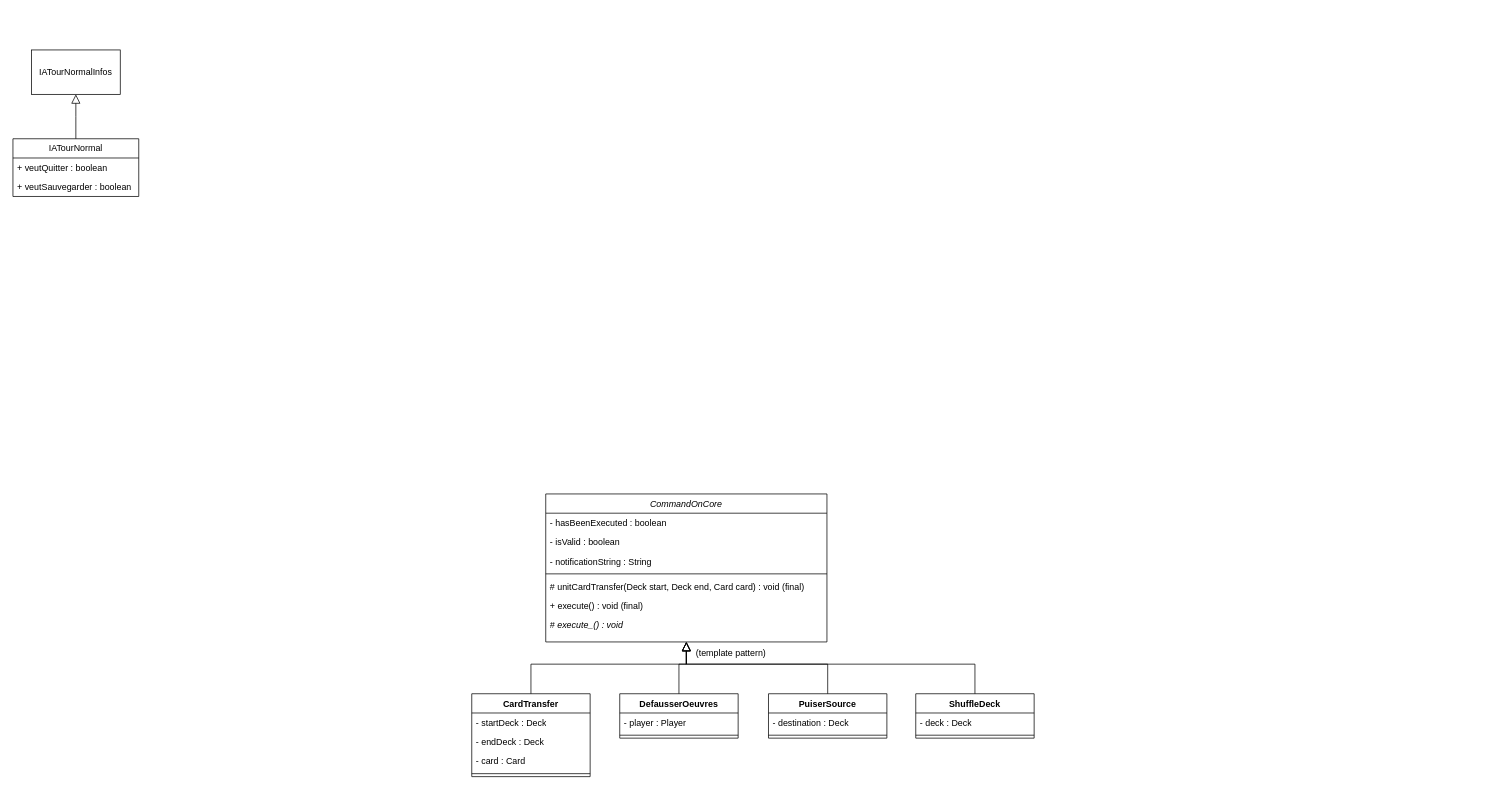
Earlier version of the draw.io diagram Diagramme de classes Controller.drawio (Riuza-c-137/diagrams.net-default_repo). Source tidied: cells renumbered, new cells numbered last; positions are measured from the earlier drawing's top-left corner, leaving out a move shared by most shapes. Both pictures are drawn from the tidied source at 74%, with x=0, y=0 at pixel (13, 50).
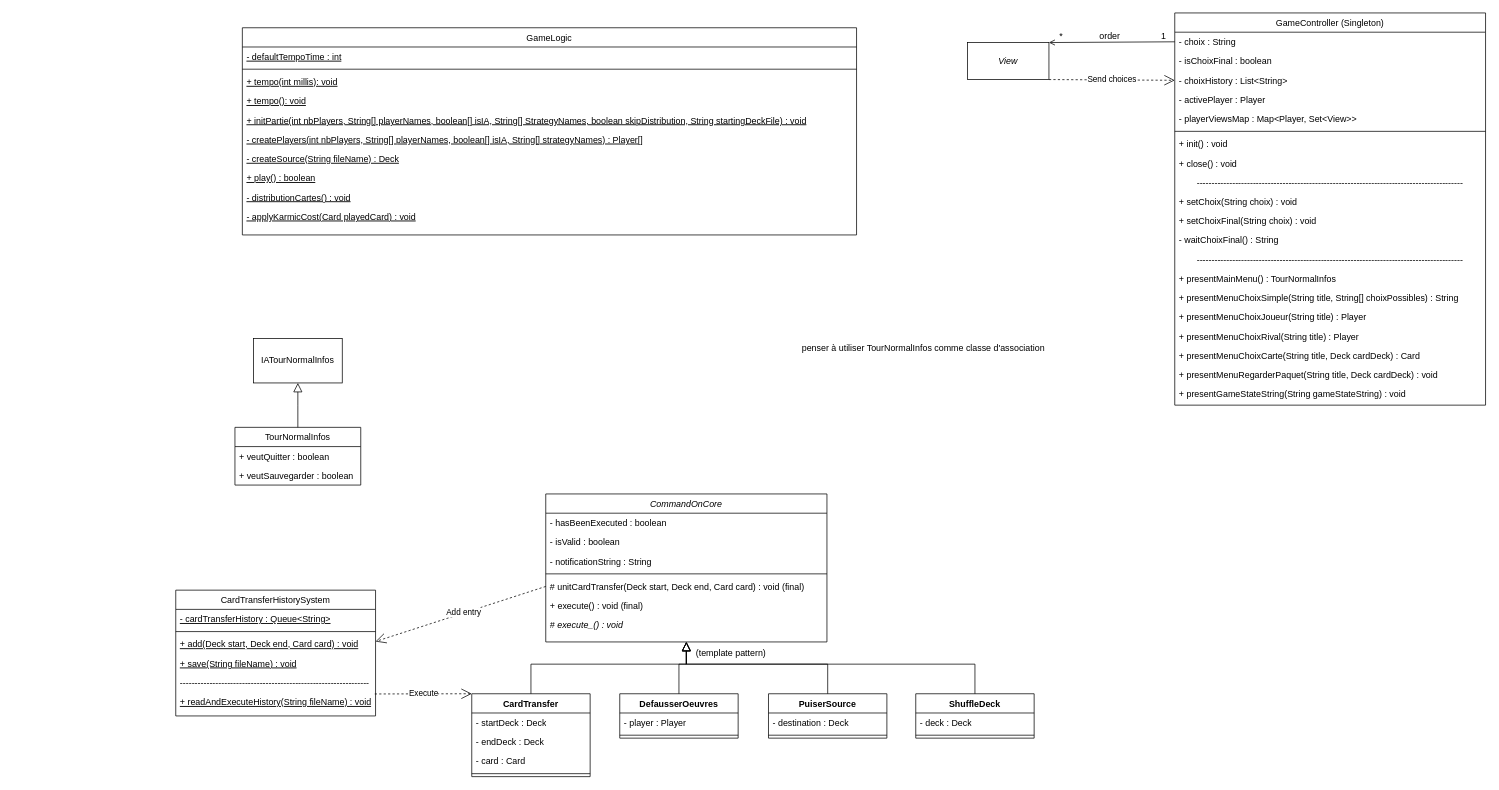
Above is the later version.

Commit message (it also covers changes not shown here):
Mettre à jour Diagramme de classes Controller.drawio

The change refers to these unchanged cells:
```xml
<mxCell id="12" value="# unitCardTransfer(Deck start, Deck end, Card card) : void (final)" style="text;align=left;verticalAlign=top;spacingLeft=4;spacingRight=4;overflow=hidden;points=[[0,0.5],[1,0.5]];portConstraint=eastwest;rounded=0;shadow=0;html=0;" parent="7" vertex="1">
  <mxGeometry y="112" width="380" height="26" as="geometry" />
</mxCell>
<mxCell id="15" value="CardTransfer" style="swimlane;fontStyle=1;align=center;verticalAlign=top;horizontal=1;startSize=26;whiteSpace=wrap;html=1;" parent="1" vertex="1">
  <mxGeometry x="620" y="870" width="160" height="112" as="geometry" />
</mxCell>
```

Change to the diagram source:
```diff
@@
-    <mxCell id="2" value="IATourNormal" style="swimlane;fontStyle=0;horizontal=1;startSize=26;fillColor=none;whiteSpace=wrap;html=1;" parent="1" vertex="1">
-      <mxGeometry y="120" width="170" height="78" as="geometry" />
+    <mxCell id="2" value="TourNormalInfos" style="swimlane;fontStyle=0;horizontal=1;startSize=26;fillColor=none;whiteSpace=wrap;html=1;" parent="1" vertex="1">
+      <mxGeometry x="300" y="510" width="170" height="78" as="geometry" />
     </mxCell>
@@
     <mxCell id="5" value="IATourNormalInfos" style="rounded=0;whiteSpace=wrap;html=1;" parent="1" vertex="1">
-      <mxGeometry x="25" width="120" height="60" as="geometry" />
+      <mxGeometry x="325" y="390" width="120" height="60" as="geometry" />
     </mxCell>
@@
+    <mxCell id="34" value="CardTransferHistorySystem" style="swimlane;fontStyle=0;align=center;verticalAlign=top;horizontal=1;startSize=26;rounded=0;shadow=0;strokeWidth=1;" parent="1" vertex="1">
+      <mxGeometry x="220" y="730" width="270" height="170" as="geometry" />
+    </mxCell>
+    <mxCell id="35" value="- cardTransferHistory : Queue&lt;String&gt;" style="text;align=left;verticalAlign=top;spacingLeft=4;spacingRight=4;overflow=hidden;fontStyle=4;" parent="34" vertex="1">
+      <mxGeometry y="26" width="270" height="26" as="geometry" />
+    </mxCell>
+    <mxCell id="36" style="line;html=1;strokeWidth=1;align=left;verticalAlign=middle;spacingTop=-1;spacingLeft=3;spacingRight=3;labelPosition=right;" parent="34" vertex="1">
+      <mxGeometry y="52" width="270" height="8" as="geometry" />
+    </mxCell>
+    <mxCell id="37" value="+ add(Deck start, Deck end, Card card) : void" style="text;align=left;verticalAlign=top;spacingLeft=4;spacingRight=4;overflow=hidden;fontStyle=4;" parent="34" vertex="1">
+      <mxGeometry y="60" width="270" height="26" as="geometry" />
+    </mxCell>
+    <mxCell id="38" value="+ save(String fileName) : void" style="text;align=left;verticalAlign=top;spacingLeft=4;spacingRight=4;overflow=hidden;fontStyle=4;" parent="34" vertex="1">
+      <mxGeometry y="86" width="270" height="26" as="geometry" />
+    </mxCell>
+    <mxCell id="39" value="----------------------------------------------------------------" style="text;align=left;verticalAlign=top;spacingLeft=4;spacingRight=4;overflow=hidden;fontStyle=0;" parent="34" vertex="1">
+      <mxGeometry y="112" width="270" height="26" as="geometry" />
+    </mxCell>
+    <mxCell id="40" value="+ readAndExecuteHistory(String fileName) : void" style="text;align=left;verticalAlign=top;spacingLeft=4;spacingRight=4;overflow=hidden;points=[[0,0.5],[1,0.5]];portConstraint=eastwest;fontStyle=4;" parent="34" vertex="1">
+      <mxGeometry y="138" width="270" height="26" as="geometry" />
+    </mxCell>
+    <mxCell id="41" value="Execute" style="endArrow=open;endSize=12;dashed=1;html=1;rounded=0;exitX=0.996;exitY=0.088;exitDx=0;exitDy=0;entryX=0;entryY=0;entryDx=0;entryDy=0;exitPerimeter=0;" parent="1" edge="1" source="40" target="15">
+      <mxGeometry relative="1" as="geometry" />
+    </mxCell>
+    <mxCell id="42" value="Add entry" style="endArrow=open;endSize=12;dashed=1;html=1;rounded=0;entryX=1;entryY=0.5;entryDx=0;entryDy=0;exitX=0;exitY=0.5;exitDx=0;exitDy=0;" parent="1" edge="1" source="12">
+      <mxGeometry x="-0.04" y="-1" relative="1" as="geometry">
+        <mxPoint x="490" y="799.4" as="targetPoint" />
+      </mxGeometry>
+    </mxCell>
+    <mxCell id="43" value="GameController (Singleton)&#10;" style="swimlane;fontStyle=0;align=center;verticalAlign=top;horizontal=1;startSize=26;rounded=0;shadow=0;strokeWidth=1;" parent="1" vertex="1">
+      <mxGeometry x="1570" y="-50" width="420" height="530" as="geometry" />
+    </mxCell>
+    <mxCell id="44" value="- choix : String" style="text;align=left;verticalAlign=top;spacingLeft=4;spacingRight=4;overflow=hidden;points=[[0,0.5],[1,0.5]];portConstraint=eastwest;" parent="43" vertex="1">
+      <mxGeometry y="26" width="420" height="26" as="geometry" />
+    </mxCell>
+    <mxCell id="45" value="- isChoixFinal : boolean" style="text;align=left;verticalAlign=top;spacingLeft=4;spacingRight=4;overflow=hidden;" parent="43" vertex="1">
+      <mxGeometry y="52" width="420" height="26" as="geometry" />
+    </mxCell>
+    <mxCell id="46" value="- choixHistory : List&lt;String&gt;" style="text;align=left;verticalAlign=top;spacingLeft=4;spacingRight=4;overflow=hidden;points=[[0,0.5],[1,0.5]];portConstraint=eastwest;" parent="43" vertex="1">
+      <mxGeometry y="78" width="420" height="26" as="geometry" />
+    </mxCell>
+    <mxCell id="47" value="- activePlayer : Player" style="text;align=left;verticalAlign=top;spacingLeft=4;spacingRight=4;overflow=hidden;" parent="43" vertex="1">
+      <mxGeometry y="104" width="420" height="26" as="geometry" />
+    </mxCell>
+    <mxCell id="48" value="- playerViewsMap : Map&lt;Player, Set&lt;View&gt;&gt; " style="text;align=left;verticalAlign=top;spacingLeft=4;spacingRight=4;overflow=hidden;" parent="43" vertex="1">
+      <mxGeometry y="130" width="420" height="26" as="geometry" />
+    </mxCell>
+    <mxCell id="49" style="line;html=1;strokeWidth=1;align=left;verticalAlign=middle;spacingTop=-1;spacingLeft=3;spacingRight=3;labelPosition=right;" parent="43" vertex="1">
+      <mxGeometry y="156" width="420" height="8" as="geometry" />
+    </mxCell>
+    <mxCell id="50" value="+ init() : void" style="text;align=left;verticalAlign=top;spacingLeft=4;spacingRight=4;overflow=hidden;rounded=0;shadow=0;html=0;" parent="43" vertex="1">
+      <mxGeometry y="164" width="420" height="26" as="geometry" />
+    </mxCell>
+    <mxCell id="51" value="+ close() : void" style="text;align=left;verticalAlign=top;spacingLeft=4;spacingRight=4;overflow=hidden;rounded=0;shadow=0;html=0;" parent="43" vertex="1">
+      <mxGeometry y="190" width="420" height="26" as="geometry" />
+    </mxCell>
+    <mxCell id="52" value="------------------------------------------------------------------------------------------" style="text;align=center;verticalAlign=top;spacingLeft=4;spacingRight=4;overflow=hidden;rounded=0;shadow=0;html=0;" parent="43" vertex="1">
+      <mxGeometry y="216" width="420" height="26" as="geometry" />
+    </mxCell>
+    <mxCell id="53" value="+ setChoix(String choix) : void" style="text;align=left;verticalAlign=top;spacingLeft=4;spacingRight=4;overflow=hidden;rounded=0;shadow=0;html=0;" parent="43" vertex="1">
+      <mxGeometry y="242" width="420" height="26" as="geometry" />
+    </mxCell>
+    <mxCell id="54" value="+ setChoixFinal(String choix) : void" style="text;align=left;verticalAlign=top;spacingLeft=4;spacingRight=4;overflow=hidden;rounded=0;shadow=0;html=0;" parent="43" vertex="1">
+      <mxGeometry y="268" width="420" height="26" as="geometry" />
+    </mxCell>
+    <mxCell id="55" value="- waitChoixFinal() : String" style="text;align=left;verticalAlign=top;spacingLeft=4;spacingRight=4;overflow=hidden;rounded=0;shadow=0;html=0;" parent="43" vertex="1">
+      <mxGeometry y="294" width="420" height="26" as="geometry" />
+    </mxCell>
+    <mxCell id="56" value="------------------------------------------------------------------------------------------" style="text;align=center;verticalAlign=top;spacingLeft=4;spacingRight=4;overflow=hidden;rounded=0;shadow=0;html=0;" parent="43" vertex="1">
+      <mxGeometry y="320" width="420" height="26" as="geometry" />
+    </mxCell>
+    <mxCell id="57" value="+ presentMainMenu() : TourNormalInfos" style="text;align=left;verticalAlign=top;spacingLeft=4;spacingRight=4;overflow=hidden;rounded=0;shadow=0;html=0;" parent="43" vertex="1">
+      <mxGeometry y="346" width="420" height="26" as="geometry" />
+    </mxCell>
+    <mxCell id="58" value="+ presentMenuChoixSimple(String title, String[] choixPossibles) : String" style="text;align=left;verticalAlign=top;spacingLeft=4;spacingRight=4;overflow=hidden;rounded=0;shadow=0;html=0;" parent="43" vertex="1">
+      <mxGeometry y="372" width="420" height="26" as="geometry" />
+    </mxCell>
+    <mxCell id="59" value="+ presentMenuChoixJoueur(String title) : Player" style="text;align=left;verticalAlign=top;spacingLeft=4;spacingRight=4;overflow=hidden;rounded=0;shadow=0;html=0;" parent="43" vertex="1">
+      <mxGeometry y="398" width="420" height="26" as="geometry" />
+    </mxCell>
+    <mxCell id="60" value="+ presentMenuChoixRival(String title) : Player" style="text;align=left;verticalAlign=top;spacingLeft=4;spacingRight=4;overflow=hidden;rounded=0;shadow=0;html=0;" parent="43" vertex="1">
+      <mxGeometry y="424" width="420" height="26" as="geometry" />
+    </mxCell>
+    <mxCell id="61" value="+ presentMenuChoixCarte(String title, Deck cardDeck) : Card" style="text;align=left;verticalAlign=top;spacingLeft=4;spacingRight=4;overflow=hidden;rounded=0;shadow=0;html=0;" parent="43" vertex="1">
+      <mxGeometry y="450" width="420" height="26" as="geometry" />
+    </mxCell>
+    <mxCell id="62" value="+ presentMenuRegarderPaquet(String title, Deck cardDeck) : void" style="text;align=left;verticalAlign=top;spacingLeft=4;spacingRight=4;overflow=hidden;rounded=0;shadow=0;html=0;" parent="43" vertex="1">
+      <mxGeometry y="476" width="420" height="26" as="geometry" />
+    </mxCell>
+    <mxCell id="63" value="+ presentGameStateString(String gameStateString) : void" style="text;align=left;verticalAlign=top;spacingLeft=4;spacingRight=4;overflow=hidden;rounded=0;shadow=0;html=0;" parent="43" vertex="1">
+      <mxGeometry y="502" width="420" height="26" as="geometry" />
+    </mxCell>
+    <mxCell id="64" value="&lt;i&gt;View&lt;/i&gt;" style="html=1;whiteSpace=wrap;" parent="1" vertex="1">
+      <mxGeometry x="1290" y="-10" width="110" height="50" as="geometry" />
+    </mxCell>
+    <mxCell id="65" style="endArrow=open;shadow=0;strokeWidth=1;rounded=0;endFill=1;edgeStyle=elbowEdgeStyle;elbow=vertical;exitX=0;exitY=0.5;exitDx=0;exitDy=0;entryX=1;entryY=0;entryDx=0;entryDy=0;" parent="1" edge="1" source="44" target="64">
+      <mxGeometry x="0.5" y="41" relative="1" as="geometry">
+        <mxPoint x="-40" y="32" as="offset" />
+      </mxGeometry>
+    </mxCell>
+    <mxCell id="66" value="1" style="align=left;verticalAlign=bottom;labelBackgroundColor=none;fontSize=12;" parent="65" vertex="1">
+      <mxGeometry x="-1" relative="1" as="geometry">
+        <mxPoint x="-20" y="1" as="offset" />
+      </mxGeometry>
+    </mxCell>
+    <mxCell id="67" value="*" style="align=right;verticalAlign=bottom;labelBackgroundColor=none;fontSize=12;" parent="65" vertex="1">
+      <mxGeometry x="1" relative="1" as="geometry">
+        <mxPoint x="20" as="offset" />
+      </mxGeometry>
+    </mxCell>
+    <mxCell id="68" value="order" style="text;html=1;align=center;verticalAlign=middle;labelBackgroundColor=none;rounded=0;shadow=0;strokeWidth=1;fontSize=12;" parent="65" vertex="1">
+      <mxGeometry x="0.5" y="49" relative="1" as="geometry">
+        <mxPoint x="38" y="-58" as="offset" />
+      </mxGeometry>
+    </mxCell>
+    <mxCell id="69" value="Send choices" style="endArrow=open;endSize=12;dashed=1;html=1;rounded=0;exitX=1;exitY=1;exitDx=0;exitDy=0;entryX=0;entryY=0.5;entryDx=0;entryDy=0;" parent="1" edge="1" source="64" target="46">
+      <mxGeometry relative="1" as="geometry" />
+    </mxCell>
+    <mxCell id="70" value="GameLogic" style="swimlane;fontStyle=0;align=center;verticalAlign=top;horizontal=1;startSize=26;rounded=0;shadow=0;strokeWidth=1;" parent="1" vertex="1">
+      <mxGeometry x="310" y="-30" width="830" height="280" as="geometry" />
+    </mxCell>
+    <mxCell id="71" value="- defaultTempoTime : int" style="text;align=left;verticalAlign=top;spacingLeft=4;spacingRight=4;overflow=hidden;fontStyle=4;" parent="70" vertex="1">
+      <mxGeometry y="26" width="830" height="26" as="geometry" />
+    </mxCell>
+    <mxCell id="72" style="line;html=1;strokeWidth=1;align=left;verticalAlign=middle;spacingTop=-1;spacingLeft=3;spacingRight=3;labelPosition=right;" parent="70" vertex="1">
+      <mxGeometry y="52" width="830" height="8" as="geometry" />
+    </mxCell>
+    <mxCell id="73" value="+ tempo(int millis): void" style="text;align=left;verticalAlign=top;spacingLeft=4;spacingRight=4;overflow=hidden;fontStyle=4;" parent="70" vertex="1">
+      <mxGeometry y="60" width="830" height="26" as="geometry" />
+    </mxCell>
+    <mxCell id="74" value="+ tempo(): void" style="text;align=left;verticalAlign=top;spacingLeft=4;spacingRight=4;overflow=hidden;fontStyle=4;" parent="70" vertex="1">
+      <mxGeometry y="86" width="830" height="26" as="geometry" />
+    </mxCell>
+    <mxCell id="75" value="+ initPartie(int nbPlayers, String[] playerNames, boolean[] isIA, String[] StrategyNames, boolean skipDistribution, String startingDeckFile) : void" style="text;align=left;verticalAlign=top;spacingLeft=4;spacingRight=4;overflow=hidden;fontStyle=4;" parent="70" vertex="1">
+      <mxGeometry y="112" width="830" height="26" as="geometry" />
+    </mxCell>
+    <mxCell id="76" value="- createPlayers(int nbPlayers, String[] playerNames, boolean[] isIA, String[] strategyNames) : Player[]" style="text;align=left;verticalAlign=top;spacingLeft=4;spacingRight=4;overflow=hidden;fontStyle=4;" parent="70" vertex="1">
+      <mxGeometry y="138" width="830" height="26" as="geometry" />
+    </mxCell>
+    <mxCell id="77" value="- createSource(String fileName) : Deck" style="text;align=left;verticalAlign=top;spacingLeft=4;spacingRight=4;overflow=hidden;fontStyle=4;" parent="70" vertex="1">
+      <mxGeometry y="164" width="830" height="26" as="geometry" />
+    </mxCell>
+    <mxCell id="78" value="+ play() : boolean" style="text;align=left;verticalAlign=top;spacingLeft=4;spacingRight=4;overflow=hidden;fontStyle=4;" parent="70" vertex="1">
+      <mxGeometry y="190" width="830" height="26" as="geometry" />
+    </mxCell>
+    <mxCell id="79" value="- distributionCartes() : void" style="text;align=left;verticalAlign=top;spacingLeft=4;spacingRight=4;overflow=hidden;fontStyle=4;" parent="70" vertex="1">
+      <mxGeometry y="216" width="830" height="26" as="geometry" />
+    </mxCell>
+    <mxCell id="80" value="- applyKarmicCost(Card playedCard) : void" style="text;align=left;verticalAlign=top;spacingLeft=4;spacingRight=4;overflow=hidden;fontStyle=4;" parent="70" vertex="1">
+      <mxGeometry y="242" width="830" height="26" as="geometry" />
+    </mxCell>
+    <mxCell id="81" value="penser à utiliser TourNormalInfos comme classe d'association" style="text;html=1;align=center;verticalAlign=middle;strokeColor=none;fillColor=none;" parent="1" vertex="1">
+      <mxGeometry x="1055" y="388" width="350" height="30" as="geometry" />
+    </mxCell>
```
